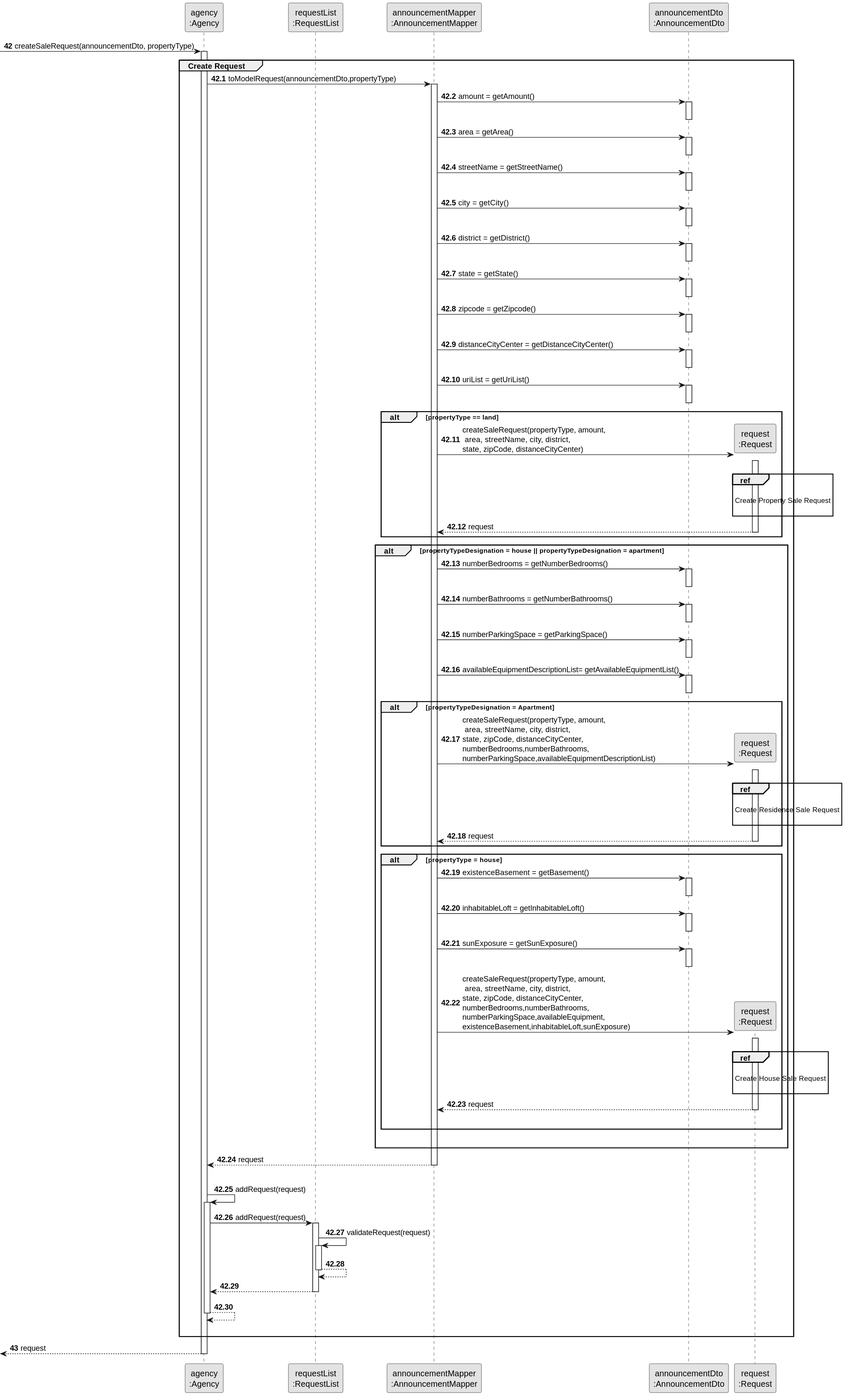
Above: docs/sprintD/us002/03.design/svg/us002-sequence-diagram-partial-create-sale-request.svg in rita-barbosa/LAPR2-2223 (PlantUML), before the change.
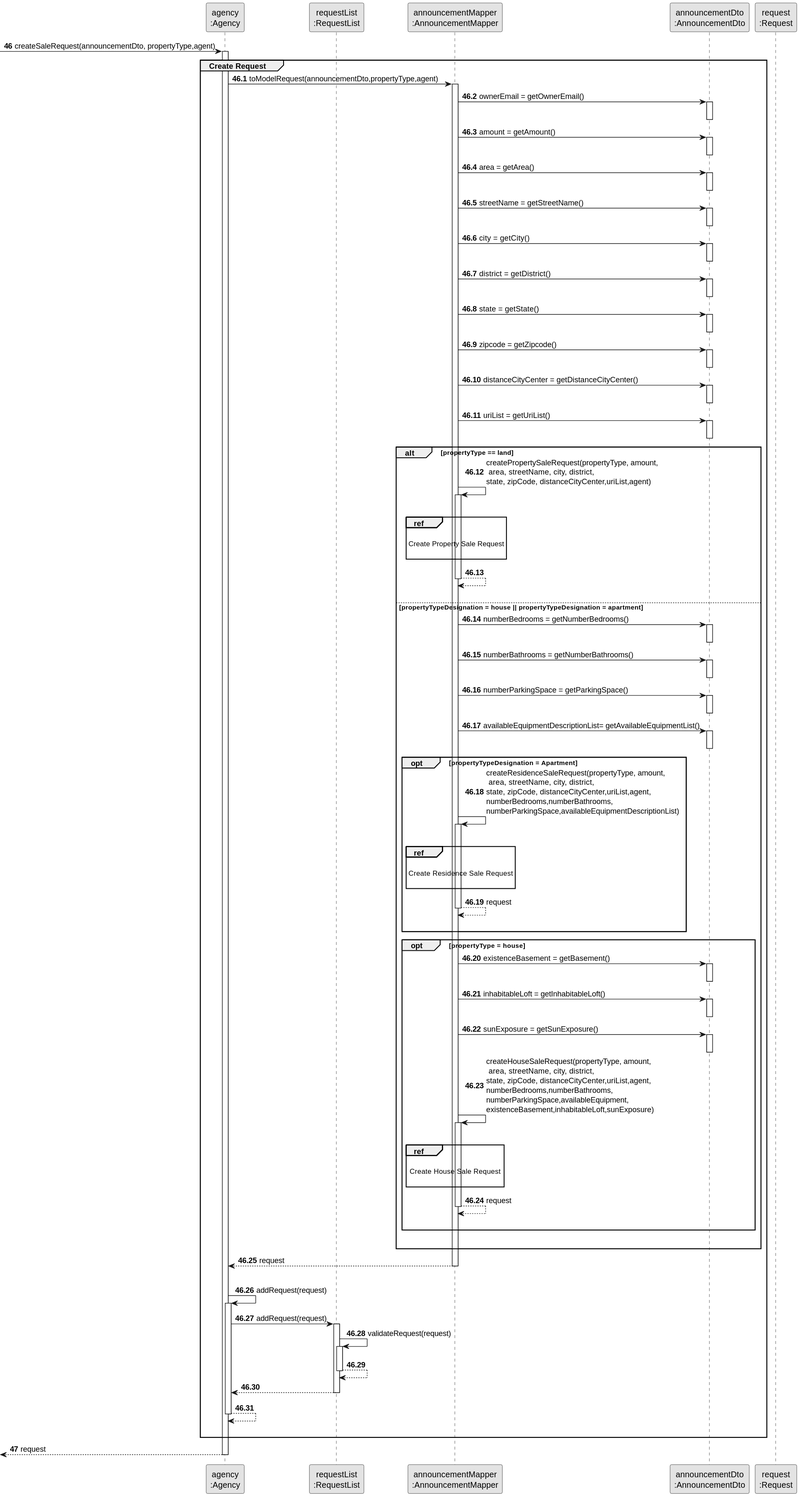
The same diagram one commit later.

The edit, as a diff of the source:
```diff
@@ -11,17 +11,21 @@
 
 
 
-autonumber 42
+autonumber 46
 
-        -> AGENCY: createSaleRequest(announcementDto, propertyType)
+        -> AGENCY: createSaleRequest(announcementDto, propertyType,agent)
          activate AGENCY
 
-autonumber 42.1
+autonumber 46.1
 
     group Create Request
 
-        AGENCY -> MAPPER: toModelRequest(announcementDto,propertyType)
+        AGENCY -> MAPPER: toModelRequest(announcementDto,propertyType,agent)
         activate MAPPER
+
+       MAPPER -> DTO : ownerEmail = getOwnerEmail()
+      activate DTO
+      deactivate DTO
 
         MAPPER -> DTO : amount = getAmount()
         activate DTO
@@ -60,20 +64,19 @@
         deactivate DTO
         alt propertyType == land
 
-        MAPPER -> REQUEST **: createSaleRequest(propertyType, amount,\n area, streetName, city, district,\nstate, zipCode, distanceCityCenter)
-        activate REQUEST
-            |||
-           ref over REQUEST
+        MAPPER -> MAPPER : createPropertySaleRequest(propertyType, amount,\n area, streetName, city, district,\nstate, zipCode, distanceCityCenter,uriList,agent)
+        activate MAPPER
+  |||
+           ref over MAPPER
 
                 Create Property Sale Request
 
            end ref
+        MAPPER --> MAPPER:
+        deactivate MAPPER
 
-        REQUEST --> MAPPER : request
-        deactivate REQUEST
-        end alt
-
-        alt propertyTypeDesignation = house || propertyTypeDesignation = apartment
+        |||
+        else propertyTypeDesignation = house || propertyTypeDesignation = apartment
 
             MAPPER -> DTO : numberBedrooms = getNumberBedrooms()
             activate DTO
@@ -92,23 +95,24 @@
             deactivate DTO
 
 
-                alt propertyTypeDesignation = Apartment
-            MAPPER -> REQUEST **: createSaleRequest(propertyType, amount,\n area, streetName, city, district,\nstate, zipCode, distanceCityCenter,\nnumberBedrooms,numberBathrooms,\nnumberParkingSpace,availableEquipmentDescriptionList)
-            activate REQUEST
+            opt propertyTypeDesignation = Apartment
+            MAPPER -> MAPPER: createResidenceSaleRequest(propertyType, amount,\n area, streetName, city, district,\nstate, zipCode, distanceCityCenter,uriList,agent,\nnumberBedrooms,numberBathrooms,\nnumberParkingSpace,availableEquipmentDescriptionList)
+            activate MAPPER
 
                   |||
-                  ref over REQUEST
+                  ref over MAPPER
 
                        Create Residence Sale Request
 
                   end ref
 
 
-            REQUEST --> MAPPER : request
-            deactivate REQUEST
-        end alt
+            MAPPER --> MAPPER : request
+            deactivate MAPPER
+            |||
+        end opt
 
-        alt propertyType = house
+        opt propertyType = house
 
             MAPPER -> DTO : existenceBasement = getBasement()
             activate DTO
@@ -122,20 +126,21 @@
             activate DTO
             deactivate DTO
 
-             MAPPER -> REQUEST **: createSaleRequest(propertyType, amount,\n area, streetName, city, district,\nstate, zipCode, distanceCityCenter,\nnumberBedrooms,numberBathrooms,\nnumberParkingSpace,availableEquipment,\nexistenceBasement,inhabitableLoft,sunExposure)
-             activate REQUEST
+            MAPPER -> MAPPER : createHouseSaleRequest(propertyType, amount,\n area, streetName, city, district,\nstate, zipCode, distanceCityCenter,uriList,agent,\nnumberBedrooms,numberBathrooms,\nnumberParkingSpace,availableEquipment,\nexistenceBasement,inhabitableLoft,sunExposure)
+            activate MAPPER
+              |||
+              ref over MAPPER
 
-                  |||
-                  ref over REQUEST
+                   Create House Sale Request
 
-                       Create House Sale Request
+              end ref
 
-                  end ref
+            MAPPER --> MAPPER : request
+            deactivate MAPPER
 
-            REQUEST --> MAPPER : request
-            deactivate REQUEST
+
              |||
-             end alt
+             end opt
 
             |||
              end alt
@@ -161,7 +166,7 @@
     |||
     end
 
-autonumber 43
+autonumber 47
         <-- AGENCY: request
         deactivate AGENCY
 @enduml
```
